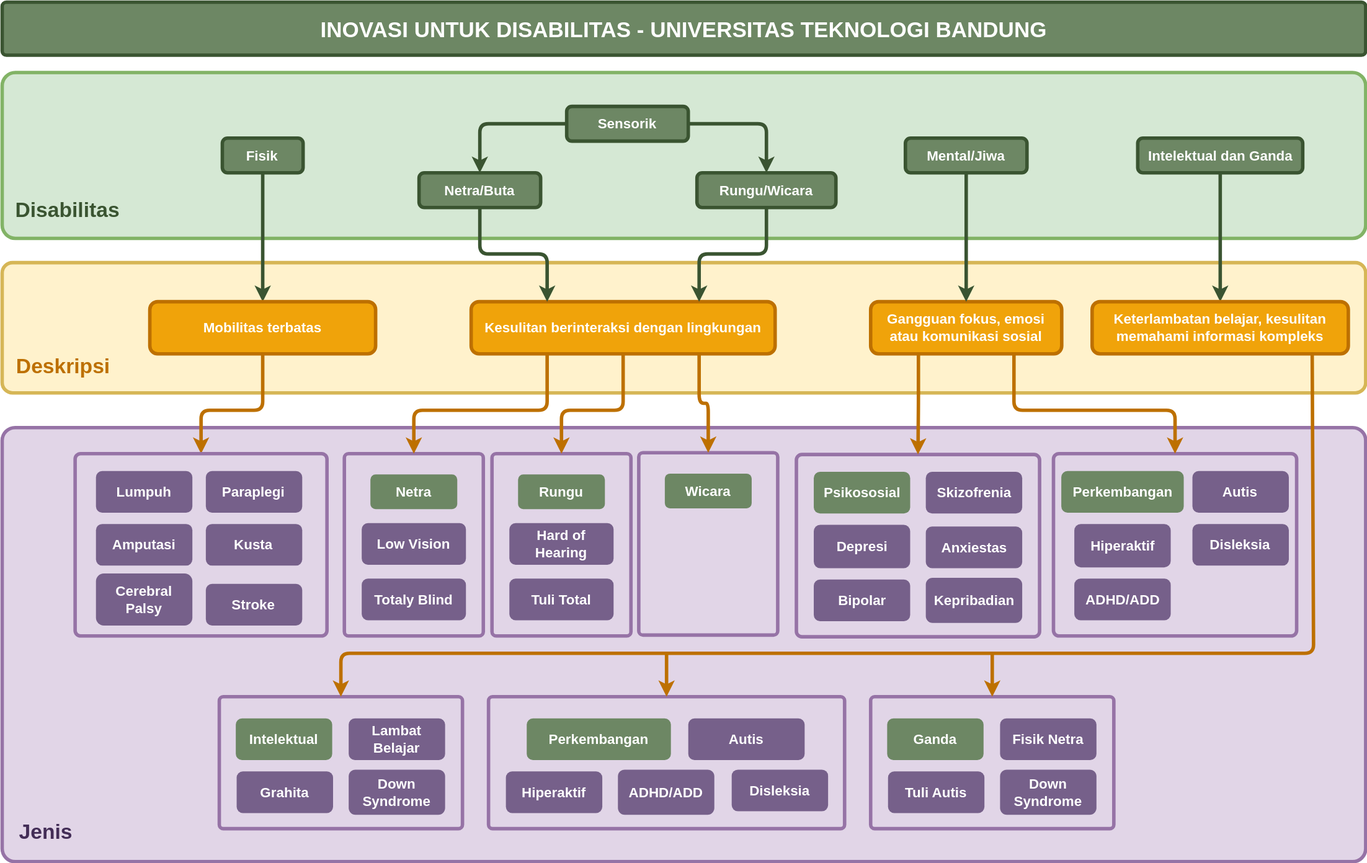
Before: disabilitas/img/disabilitas.svg, a diagram exported from draw.io (syukrillah0108/RICP). Source tidied: cells renumbered, new cells last; positions are measured from the earlier drawing's top-left corner, leaving out a move shared by most shapes.
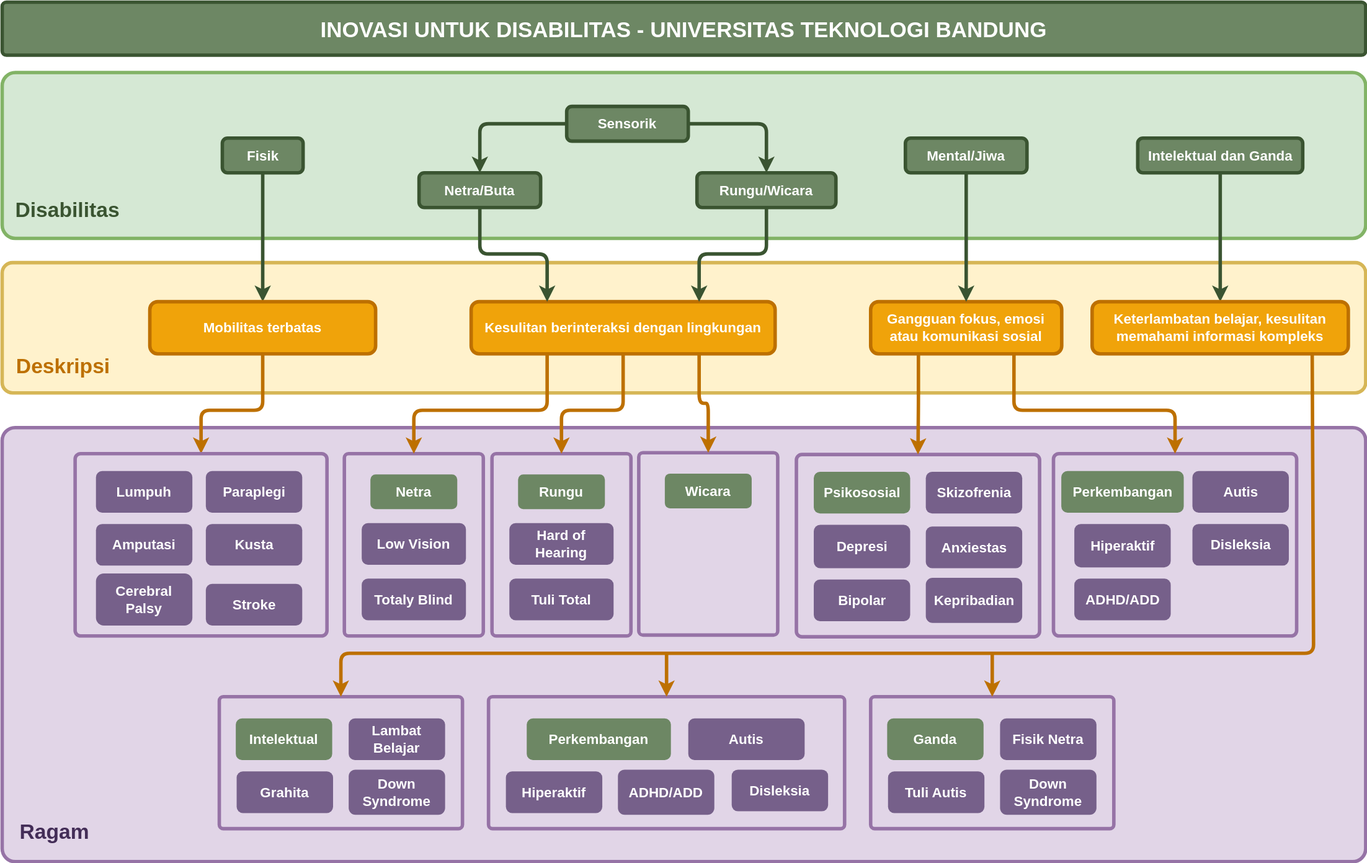
After the commit.

Commit message:
Update diagram and README for UAS Mikrocontroller projects

Change to the diagram source:
```diff
@@ -78,8 +78,8 @@
     <mxCell id="23" value="Deskripsi" style="text;html=1;align=center;verticalAlign=middle;strokeColor=none;fillColor=none;fontStyle=1;fontSize=24;fontColor=light-dark(#bd7000, #ededed);" parent="1" vertex="1">
       <mxGeometry x="10" y="400" width="120" height="40" as="geometry" />
     </mxCell>
-    <mxCell id="24" value="Jenis" style="text;html=1;align=center;verticalAlign=middle;strokeColor=none;fillColor=none;fontStyle=1;fontSize=24;fontColor=light-dark(#432d57, #ededed);" parent="1" vertex="1">
-      <mxGeometry x="10" y="936" width="80" height="40" as="geometry" />
+    <mxCell id="24" value="Ragam" style="text;html=1;align=center;verticalAlign=middle;strokeColor=none;fillColor=none;fontStyle=1;fontSize=24;fontColor=light-dark(#432d57, #ededed);" parent="1" vertex="1">
+      <mxGeometry x="10" y="936" width="100" height="40" as="geometry" />
     </mxCell>
     <mxCell id="25" value="INOVASI UNTUK DISABILITAS - UNIVERSITAS TEKNOLOGI BANDUNG" style="rounded=1;whiteSpace=wrap;html=1;strokeWidth=4;fontSize=25;fontStyle=1;arcSize=8;fillColor=#6d8764;strokeColor=#3A5431;fontColor=#ffffff;" parent="1" vertex="1">
       <mxGeometry width="1570" height="61" as="geometry" />
```
